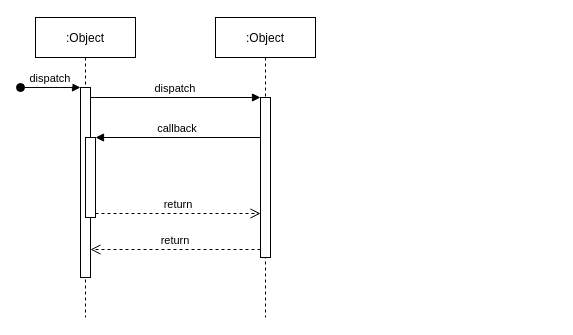
mrmango1/modeling keeps this draw.io diagram as Cajero Automatico.drawio. Above is the earlier version. Source tidied: cells renumbered, new cells numbered last; positions are measured from the earlier drawing's top-left corner, leaving out a move shared by most shapes. Both pictures are drawn from the tidied source at 100%, with x=0, y=0 at pixel (20, 17).
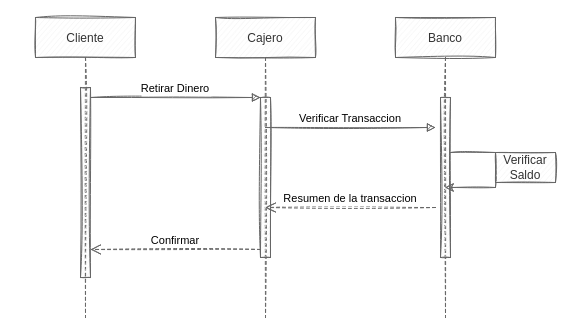
The same page after the edit.

The edit, as a diff of the source:
```diff
@@
 <mxGraphModel>
   <root>
     <mxCell id="0" />
     <mxCell id="1" parent="0" />
-    <mxCell id="2" value=":Object" style="shape=umlLifeline;perimeter=lifelinePerimeter;rounded=0;shadow=0;strokeWidth=1;" parent="1" vertex="1">
+    <mxCell id="2" value="Cliente" style="shape=umlLifeline;perimeter=lifelinePerimeter;rounded=0;shadow=0;strokeWidth=1;sketch=1;fillColor=#f5f5f5;strokeColor=#666666;fontColor=#333333;" parent="1" vertex="1">
       <mxGeometry x="15" width="100" height="300" as="geometry" />
     </mxCell>
-    <mxCell id="3" style="points=[];perimeter=orthogonalPerimeter;rounded=0;shadow=0;strokeWidth=1;" parent="2" vertex="1">
+    <mxCell id="3" style="points=[];perimeter=orthogonalPerimeter;rounded=0;shadow=0;strokeWidth=1;sketch=1;fillColor=#f5f5f5;strokeColor=#666666;fontColor=#333333;" parent="2" vertex="1">
       <mxGeometry x="45" y="70" width="10" height="190" as="geometry" />
     </mxCell>
-    <mxCell id="4" value="dispatch" style="verticalAlign=bottom;startArrow=oval;endArrow=block;startSize=8;shadow=0;strokeWidth=1;" parent="2" edge="1" target="3">
-      <mxGeometry relative="1" as="geometry">
-        <mxPoint x="-15" y="70" as="sourcePoint" />
-      </mxGeometry>
-    </mxCell>
-    <mxCell id="5" style="points=[];perimeter=orthogonalPerimeter;rounded=0;shadow=0;strokeWidth=1;" parent="2" vertex="1">
-      <mxGeometry x="50" y="120" width="10" height="80" as="geometry" />
-    </mxCell>
-    <mxCell id="6" value=":Object" style="shape=umlLifeline;perimeter=lifelinePerimeter;rounded=0;shadow=0;strokeWidth=1;" parent="1" vertex="1">
+    <mxCell id="6" value="Cajero" style="shape=umlLifeline;perimeter=lifelinePerimeter;rounded=0;shadow=0;strokeWidth=1;sketch=1;fillColor=#f5f5f5;strokeColor=#666666;fontColor=#333333;" parent="1" vertex="1">
       <mxGeometry x="195" width="100" height="300" as="geometry" />
     </mxCell>
-    <mxCell id="7" style="points=[];perimeter=orthogonalPerimeter;rounded=0;shadow=0;strokeWidth=1;" parent="6" vertex="1">
+    <mxCell id="7" style="points=[];perimeter=orthogonalPerimeter;rounded=0;shadow=0;strokeWidth=1;sketch=1;fillColor=#f5f5f5;strokeColor=#666666;fontColor=#333333;" parent="6" vertex="1">
       <mxGeometry x="45" y="80" width="10" height="160" as="geometry" />
     </mxCell>
-    <mxCell id="8" value="return" style="verticalAlign=bottom;endArrow=open;dashed=1;endSize=8;exitX=0;exitY=0.95;shadow=0;strokeWidth=1;" parent="1" edge="1" source="7" target="3">
+    <mxCell id="8" value="Confirmar" style="verticalAlign=bottom;endArrow=open;dashed=1;endSize=8;exitX=0;exitY=0.95;shadow=0;strokeWidth=1;sketch=1;fillColor=#f5f5f5;strokeColor=#666666;" parent="1" edge="1" source="7" target="3">
       <mxGeometry relative="1" as="geometry" />
     </mxCell>
-    <mxCell id="9" value="dispatch" style="verticalAlign=bottom;endArrow=block;entryX=0;entryY=0;shadow=0;strokeWidth=1;" parent="1" edge="1" source="3" target="7">
+    <mxCell id="9" value="Retirar Dinero" style="verticalAlign=bottom;endArrow=block;entryX=0;entryY=0;shadow=0;strokeWidth=1;sketch=1;fillColor=#f5f5f5;strokeColor=#666666;" parent="1" edge="1" source="3" target="7">
       <mxGeometry relative="1" as="geometry" />
     </mxCell>
-    <mxCell id="10" value="callback" style="verticalAlign=bottom;endArrow=block;entryX=1;entryY=0;shadow=0;strokeWidth=1;" parent="1" edge="1" source="7" target="5">
-      <mxGeometry relative="1" as="geometry" />
-    </mxCell>
-    <mxCell id="11" value="return" style="verticalAlign=bottom;endArrow=open;dashed=1;endSize=8;exitX=1;exitY=0.95;shadow=0;strokeWidth=1;" parent="1" edge="1" source="5" target="7">
-      <mxGeometry relative="1" as="geometry" />
-    </mxCell>
+    <mxCell id="12" value="Banco" style="shape=umlLifeline;perimeter=lifelinePerimeter;rounded=0;shadow=0;strokeWidth=1;sketch=1;fillColor=#f5f5f5;strokeColor=#666666;fontColor=#333333;" parent="1" vertex="1">
+      <mxGeometry x="375" width="100" height="300" as="geometry" />
+    </mxCell>
+    <mxCell id="13" style="perimeter=orthogonalPerimeter;rounded=0;shadow=0;strokeWidth=1;sketch=1;fillColor=#f5f5f5;strokeColor=#666666;fontColor=#333333;" parent="12" vertex="1">
+      <mxGeometry x="45" y="80" width="10" height="160" as="geometry" />
+    </mxCell>
+    <mxCell id="14" style="endArrow=classic;html=1;rounded=0;sketch=1;fillColor=#f5f5f5;strokeColor=#666666;shadow=0;" parent="12" edge="1" target="12">
+      <mxGeometry relative="1" as="geometry">
+        <mxPoint x="55" y="135" as="sourcePoint" />
+        <Array as="points">
+          <mxPoint x="100" y="135" />
+          <mxPoint x="100" y="170" />
+        </Array>
+      </mxGeometry>
+    </mxCell>
+    <mxCell id="15" value="Resumen de la transaccion" style="verticalAlign=bottom;endArrow=open;dashed=1;endSize=8;exitX=0;exitY=0.95;shadow=0;strokeWidth=1;sketch=1;fillColor=#f5f5f5;strokeColor=#666666;" parent="12" edge="1">
+      <mxGeometry relative="1" as="geometry">
+        <mxPoint x="40" y="190" as="sourcePoint" />
+        <mxPoint x="-130" y="190" as="targetPoint" />
+      </mxGeometry>
+    </mxCell>
+    <mxCell id="16" value="Verificar Transaccion" style="verticalAlign=bottom;endArrow=block;entryX=0;entryY=0;shadow=0;strokeWidth=1;sketch=1;fillColor=#f5f5f5;strokeColor=#666666;" parent="1" edge="1">
+      <mxGeometry relative="1" as="geometry">
+        <mxPoint x="245" y="110" as="sourcePoint" />
+        <mxPoint x="415" y="110" as="targetPoint" />
+      </mxGeometry>
+    </mxCell>
+    <mxCell id="17" value="Verificar&lt;br&gt;Saldo" style="text;html=1;align=center;verticalAlign=middle;whiteSpace=wrap;rounded=0;sketch=1;fillColor=#f5f5f5;strokeColor=#666666;fontColor=#333333;shadow=0;" parent="1" vertex="1">
+      <mxGeometry x="475" y="135" width="60" height="30" as="geometry" />
+    </mxCell>
   </root>
 </mxGraphModel>
```
